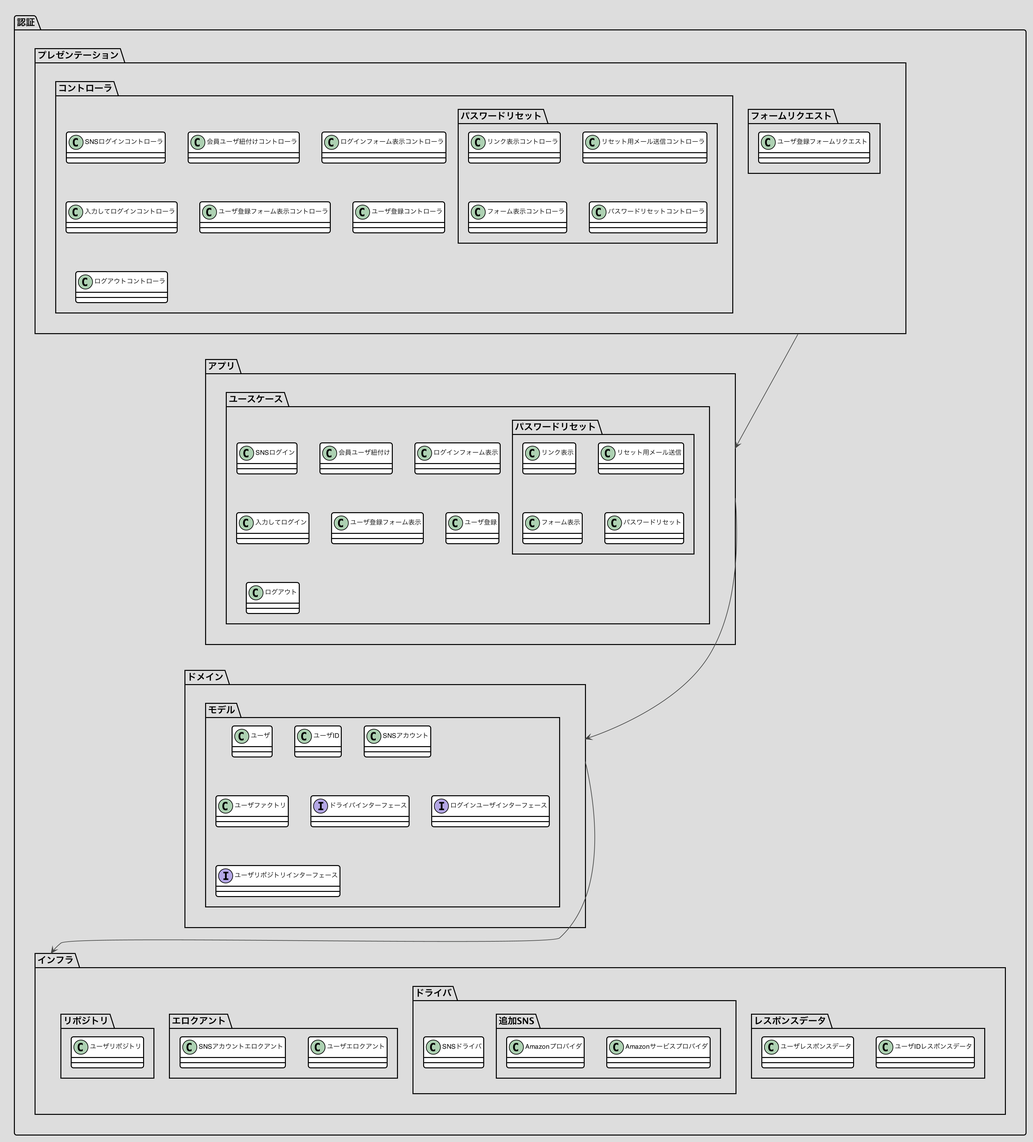
This is docs/画像/認証.png from nomura-kainos/japanese-ddd-sample, a PlantUML export, as it was before one commit.
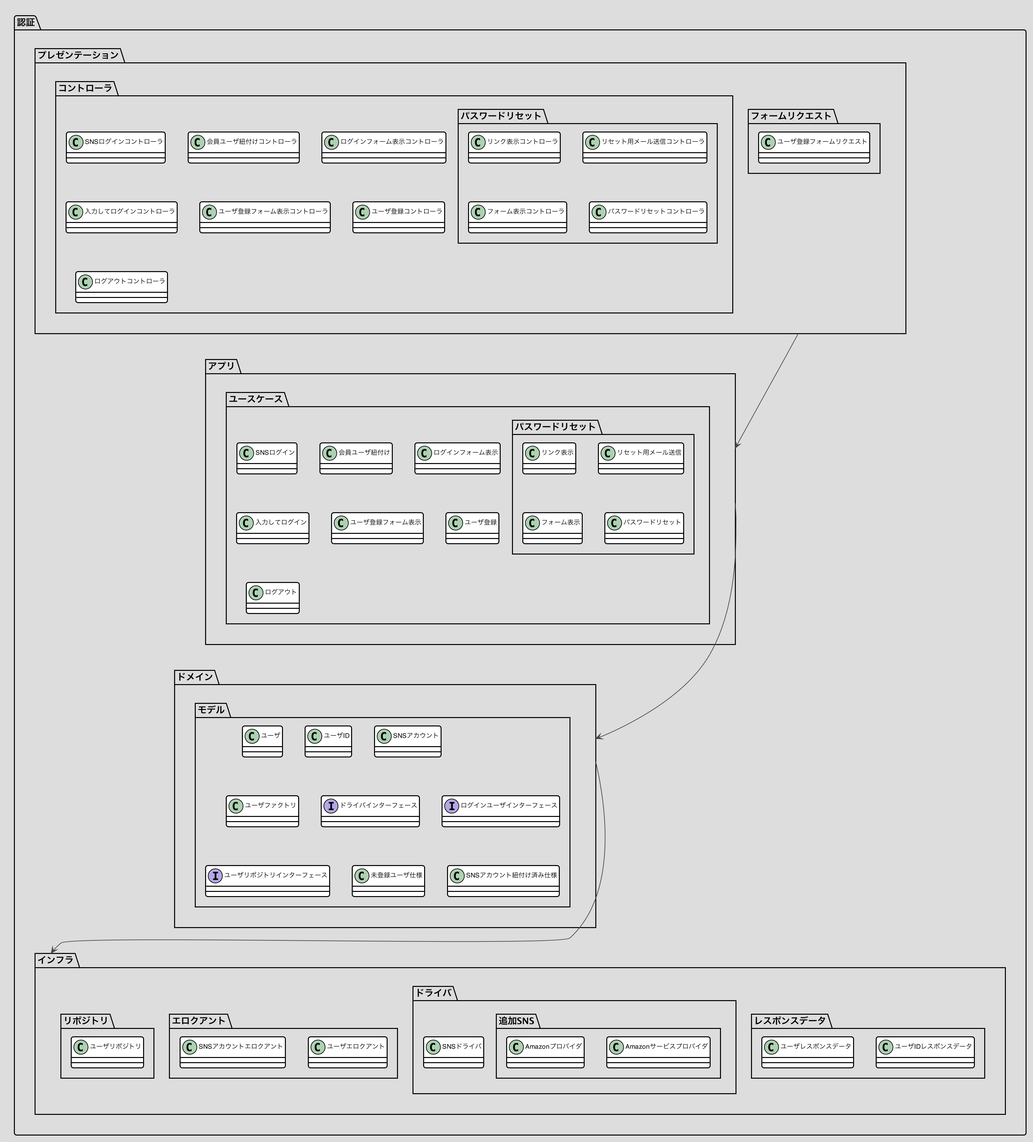
The same diagram one commit later.

The edit, as a diff of the source:
```diff
@@ -101,6 +101,8 @@
    interface ドライバインターフェース
    interface ログインユーザインターフェース
    interface ユーザリポジトリインターフェース
+   class 未登録ユーザ仕様
+   class SNSアカウント紐付け済み仕様
   }
  }
  package インフラ {
```
